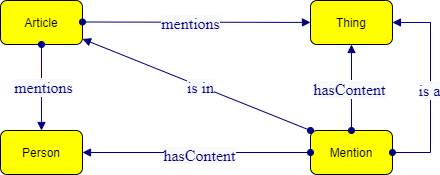
The draw.io diagram iteration1/modelet1.png in matteo-guenci/MiTO, before a commit. Source tidied: cells renumbered, new cells last; positions are measured from the earlier drawing's top-left corner, leaving out a move shared by most shapes. The source it was exported from:
```xml
<mxGraphModel>
  <root>
    <mxCell id="0" />
    <mxCell id="1" parent="0" />
    <mxCell id="2" value="Person" style="graphMlID=n4;shape=rect;rounded=1;arcsize=30;fillColor=#ffff00;strokeColor=#000000;strokeWidth=1.0;" parent="1" vertex="1">
      <mxGeometry y="130" width="82" height="44" as="geometry" />
    </mxCell>
    <mxCell id="3" value="Mention" style="graphMlID=n4;shape=rect;rounded=1;arcsize=30;fillColor=#ffff00;strokeColor=#000000;strokeWidth=1.0;" parent="1" vertex="1">
      <mxGeometry x="310" y="130" width="82" height="44" as="geometry" />
    </mxCell>
    <mxCell id="4" value="Thing" style="graphMlID=n4;shape=rect;rounded=1;arcsize=30;fillColor=#ffff00;strokeColor=#000000;strokeWidth=1.0;" parent="1" vertex="1">
      <mxGeometry x="310" width="82" height="44" as="geometry" />
    </mxCell>
    <mxCell id="5" value="Article" style="graphMlID=n4;shape=rect;rounded=1;arcsize=30;fillColor=#ffff00;strokeColor=#000000;strokeWidth=1.0;" parent="1" vertex="1">
      <mxGeometry width="82" height="44" as="geometry" />
    </mxCell>
    <mxCell id="6" style="graphMlID=e0;rounded=0;endArrow=block;strokeColor=#000080;strokeWidth=1.0;startArrow=oval;startFill=1;endFill=1;exitX=0;exitY=0;exitDx=0;exitDy=0;" parent="1" edge="1" source="3" target="5">
      <mxGeometry relative="1" as="geometry" />
    </mxCell>
    <mxCell id="7" value="&lt;span style=&quot;color: rgb(0 , 0 , 128) ; font-family: &amp;quot;dialog&amp;quot; ; font-size: 16px ; background-color: rgb(248 , 249 , 250)&quot;&gt;is in&lt;/span&gt;" style="text;html=1;align=center;verticalAlign=middle;labelBackgroundColor=#ffffff;" parent="6" vertex="1">
      <mxGeometry x="-0.02" y="2" relative="1" as="geometry">
        <mxPoint x="3" as="offset" />
      </mxGeometry>
    </mxCell>
    <mxCell id="8" style="graphMlID=e0;rounded=0;endArrow=block;strokeColor=#000080;strokeWidth=1.0;startArrow=oval;startFill=1;endFill=1;entryX=0.5;entryY=1;entryDx=0;entryDy=0;exitX=0.5;exitY=0;exitDx=0;exitDy=0;" parent="1" edge="1" source="3" target="4">
      <mxGeometry relative="1" as="geometry" />
    </mxCell>
    <mxCell id="9" value="&lt;span style=&quot;color: rgb(0 , 0 , 128) ; font-family: &amp;quot;dialog&amp;quot; ; font-size: 16px ; background-color: rgb(248 , 249 , 250)&quot;&gt;hasContent&lt;/span&gt;" style="text;html=1;align=center;verticalAlign=middle;labelBackgroundColor=#ffffff;" parent="8" vertex="1">
      <mxGeometry x="-0.02" y="2" relative="1" as="geometry" />
    </mxCell>
    <mxCell id="10" style="graphMlID=e0;rounded=0;endArrow=block;strokeColor=#000080;strokeWidth=1.0;startArrow=oval;startFill=1;endFill=1;exitX=1;exitY=0.5;exitDx=0;exitDy=0;entryX=1;entryY=0.5;entryDx=0;entryDy=0;" parent="1" edge="1" source="3" target="4">
      <mxGeometry relative="1" as="geometry">
        <Array as="points">
          <mxPoint x="430" y="152" />
          <mxPoint x="430" y="22" />
        </Array>
      </mxGeometry>
    </mxCell>
    <mxCell id="11" value="&lt;font face=&quot;dialog&quot; color=&quot;#000080&quot;&gt;&lt;span style=&quot;font-size: 16px; background-color: rgb(248, 249, 250);&quot;&gt;is a&lt;/span&gt;&lt;/font&gt;" style="text;html=1;align=center;verticalAlign=middle;labelBackgroundColor=#ffffff;" parent="10" vertex="1">
      <mxGeometry x="-0.02" y="2" relative="1" as="geometry" />
    </mxCell>
    <mxCell id="12" style="graphMlID=e0;rounded=0;endArrow=block;strokeColor=#000080;strokeWidth=1.0;startArrow=oval;startFill=1;endFill=1;exitX=1;exitY=0.5;exitDx=0;exitDy=0;" parent="1" edge="1" target="4">
      <mxGeometry relative="1" as="geometry">
        <mxPoint x="82" y="21.5" as="sourcePoint" />
      </mxGeometry>
    </mxCell>
    <mxCell id="13" value="&lt;span style=&quot;color: rgb(0 , 0 , 128) ; font-family: &amp;quot;dialog&amp;quot; ; font-size: 16px ; background-color: rgb(248 , 249 , 250)&quot;&gt;mentions&lt;/span&gt;" style="text;html=1;align=center;verticalAlign=middle;labelBackgroundColor=#ffffff;" parent="12" vertex="1">
      <mxGeometry x="-0.02" y="2" relative="1" as="geometry">
        <mxPoint x="-4" y="3" as="offset" />
      </mxGeometry>
    </mxCell>
    <mxCell id="14" style="graphMlID=e0;rounded=0;endArrow=block;strokeColor=#000080;strokeWidth=1.0;startArrow=oval;startFill=1;endFill=1;exitX=0.5;exitY=1;exitDx=0;exitDy=0;entryX=0.5;entryY=0;entryDx=0;entryDy=0;" parent="1" edge="1" source="5" target="2">
      <mxGeometry relative="1" as="geometry" />
    </mxCell>
    <mxCell id="15" value="&lt;span style=&quot;color: rgb(0 , 0 , 128) ; font-family: &amp;quot;dialog&amp;quot; ; font-size: 16px ; background-color: rgb(248 , 249 , 250)&quot;&gt;mentions&lt;/span&gt;" style="text;html=1;align=center;verticalAlign=middle;labelBackgroundColor=#ffffff;" parent="14" vertex="1">
      <mxGeometry x="-0.02" y="2" relative="1" as="geometry" />
    </mxCell>
    <mxCell id="16" style="graphMlID=e0;rounded=0;endArrow=block;strokeColor=#000080;strokeWidth=1.0;startArrow=oval;startFill=1;endFill=1;entryX=1;entryY=0.5;entryDx=0;entryDy=0;exitX=0;exitY=0.5;exitDx=0;exitDy=0;" parent="1" edge="1" source="3" target="2">
      <mxGeometry relative="1" as="geometry" />
    </mxCell>
    <mxCell id="17" value="&lt;span style=&quot;color: rgb(0 , 0 , 128) ; font-family: &amp;quot;dialog&amp;quot; ; font-size: 16px ; background-color: rgb(248 , 249 , 250)&quot;&gt;hasContent&lt;/span&gt;" style="text;html=1;align=center;verticalAlign=middle;labelBackgroundColor=#ffffff;" parent="16" vertex="1">
      <mxGeometry x="-0.02" y="2" relative="1" as="geometry" />
    </mxCell>
  </root>
</mxGraphModel>
```
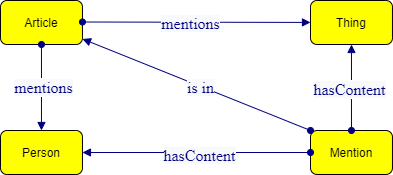
The same file after the commit.

Change to the diagram source:
```diff
@@ -28,17 +28,6 @@
     <mxCell id="9" value="&lt;span style=&quot;color: rgb(0 , 0 , 128) ; font-family: &amp;quot;dialog&amp;quot; ; font-size: 16px ; background-color: rgb(248 , 249 , 250)&quot;&gt;hasContent&lt;/span&gt;" style="text;html=1;align=center;verticalAlign=middle;labelBackgroundColor=#ffffff;" parent="8" vertex="1">
       <mxGeometry x="-0.02" y="2" relative="1" as="geometry" />
     </mxCell>
-    <mxCell id="10" style="graphMlID=e0;rounded=0;endArrow=block;strokeColor=#000080;strokeWidth=1.0;startArrow=oval;startFill=1;endFill=1;exitX=1;exitY=0.5;exitDx=0;exitDy=0;entryX=1;entryY=0.5;entryDx=0;entryDy=0;" parent="1" edge="1" source="3" target="4">
-      <mxGeometry relative="1" as="geometry">
-        <Array as="points">
-          <mxPoint x="430" y="152" />
-          <mxPoint x="430" y="22" />
-        </Array>
-      </mxGeometry>
-    </mxCell>
-    <mxCell id="11" value="&lt;font face=&quot;dialog&quot; color=&quot;#000080&quot;&gt;&lt;span style=&quot;font-size: 16px; background-color: rgb(248, 249, 250);&quot;&gt;is a&lt;/span&gt;&lt;/font&gt;" style="text;html=1;align=center;verticalAlign=middle;labelBackgroundColor=#ffffff;" parent="10" vertex="1">
-      <mxGeometry x="-0.02" y="2" relative="1" as="geometry" />
-    </mxCell>
     <mxCell id="12" style="graphMlID=e0;rounded=0;endArrow=block;strokeColor=#000080;strokeWidth=1.0;startArrow=oval;startFill=1;endFill=1;exitX=1;exitY=0.5;exitDx=0;exitDy=0;" parent="1" edge="1" target="4">
       <mxGeometry relative="1" as="geometry">
         <mxPoint x="82" y="21.5" as="sourcePoint" />
```
